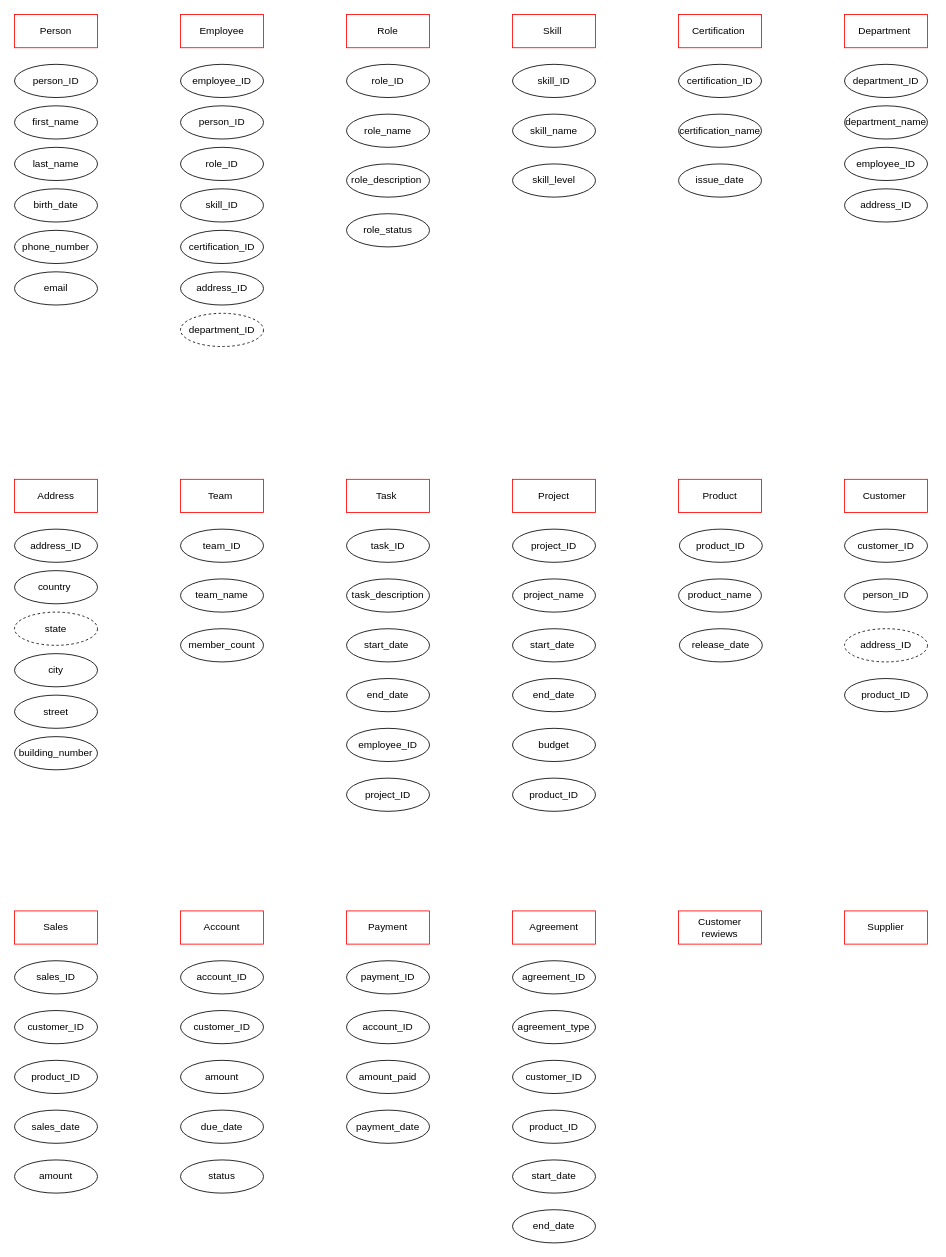
Earlier version of the draw.io diagram IT_Product_Company_ER_new_chance.drawio (Yufich/Subject-Area-). Source tidied: cells renumbered, new cells numbered last; positions are measured from the earlier drawing's top-left corner, leaving out a move shared by most shapes. Both pictures are drawn from the tidied source at 83%, with x=0, y=0 at pixel (14, 14).
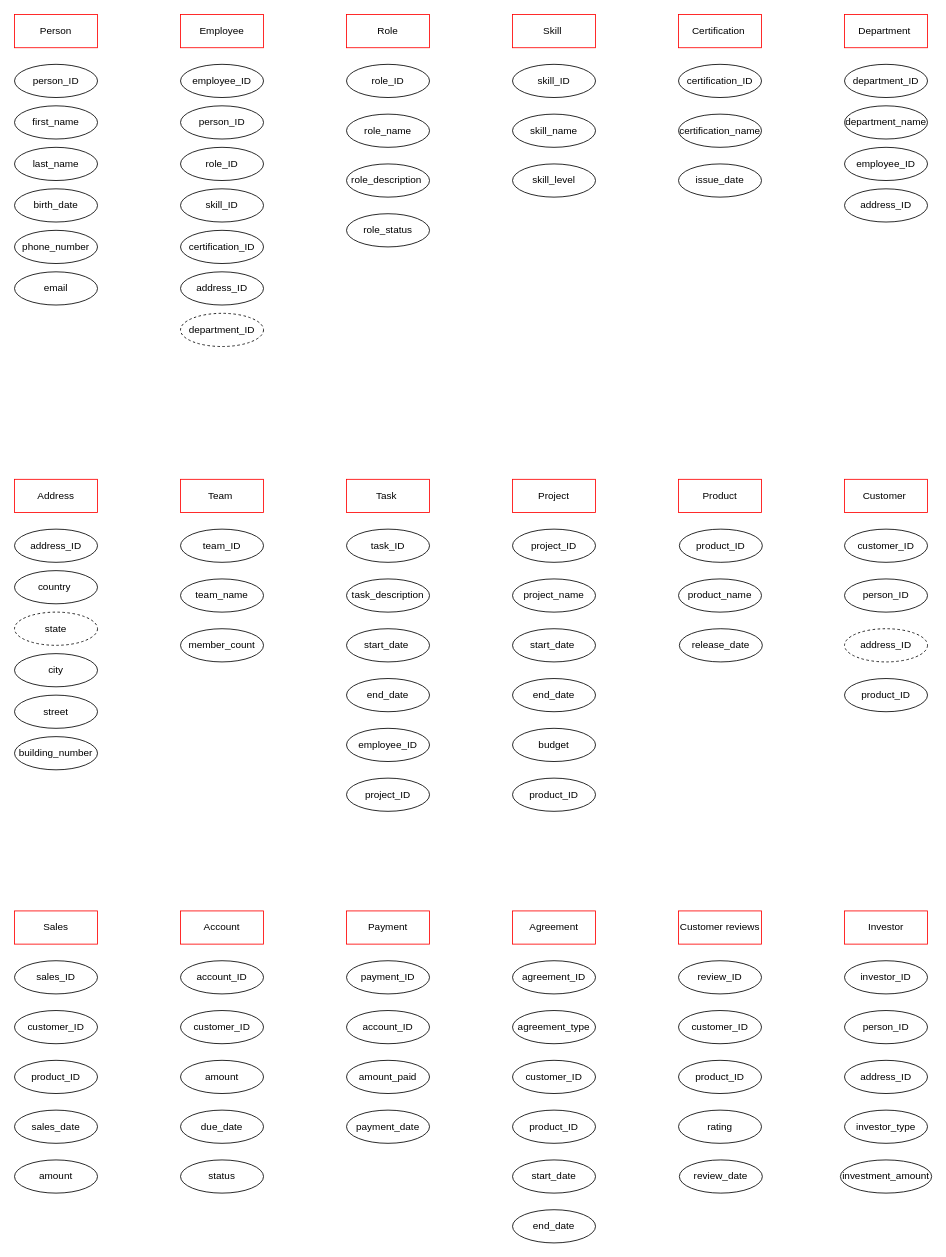
The same page after the edit.

What changed in the source:
```diff
@@
-    <mxCell id="15" value="Supplier" style="whiteSpace=wrap;html=1;align=center;strokeColor=#FF0000;" parent="1" vertex="1">
-      <mxGeometry x="1000" y="1080" width="100" height="40" as="geometry" />
-    </mxCell>
@@
-    <mxCell id="74" value="Customer rewiews" style="whiteSpace=wrap;html=1;align=center;strokeColor=#FF0000;" parent="1" vertex="1">
+    <mxCell id="74" value="Customer reviews" style="whiteSpace=wrap;html=1;align=center;strokeColor=#FF0000;" parent="1" vertex="1">
       <mxGeometry x="800" y="1080" width="100" height="40" as="geometry" />
     </mxCell>
@@
+    <mxCell id="95" value="Investor" style="whiteSpace=wrap;html=1;align=center;strokeColor=#FF0000;" parent="1" vertex="1">
+      <mxGeometry x="1000" y="1080" width="100" height="40" as="geometry" />
+    </mxCell>
+    <mxCell id="96" value="investor_ID" style="ellipse;whiteSpace=wrap;html=1;align=center;" parent="1" vertex="1">
+      <mxGeometry x="1000" y="1140" width="100" height="40" as="geometry" />
+    </mxCell>
+    <mxCell id="97" value="person_ID" style="ellipse;whiteSpace=wrap;html=1;align=center;" parent="1" vertex="1">
+      <mxGeometry x="1000" y="1200" width="100" height="40" as="geometry" />
+    </mxCell>
+    <mxCell id="98" value="address_ID" style="ellipse;whiteSpace=wrap;html=1;align=center;" parent="1" vertex="1">
+      <mxGeometry x="1000" y="1260" width="100" height="40" as="geometry" />
+    </mxCell>
+    <mxCell id="99" value="investment_amount" style="ellipse;whiteSpace=wrap;html=1;align=center;" parent="1" vertex="1">
+      <mxGeometry x="995" y="1380" width="110" height="40" as="geometry" />
+    </mxCell>
+    <mxCell id="100" value="investor_type" style="ellipse;whiteSpace=wrap;html=1;align=center;" parent="1" vertex="1">
+      <mxGeometry x="1000" y="1320" width="100" height="40" as="geometry" />
+    </mxCell>
+    <mxCell id="101" value="review_ID" style="ellipse;whiteSpace=wrap;html=1;align=center;" parent="1" vertex="1">
+      <mxGeometry x="800" y="1140" width="100" height="40" as="geometry" />
+    </mxCell>
+    <mxCell id="102" value="customer_ID" style="ellipse;whiteSpace=wrap;html=1;align=center;" parent="1" vertex="1">
+      <mxGeometry x="800" y="1200" width="100" height="40" as="geometry" />
+    </mxCell>
+    <mxCell id="103" value="product_ID" style="ellipse;whiteSpace=wrap;html=1;align=center;" parent="1" vertex="1">
+      <mxGeometry x="800" y="1260" width="100" height="40" as="geometry" />
+    </mxCell>
+    <mxCell id="104" value="rating" style="ellipse;whiteSpace=wrap;html=1;align=center;" parent="1" vertex="1">
+      <mxGeometry x="800" y="1320" width="100" height="40" as="geometry" />
+    </mxCell>
+    <mxCell id="105" value="review_date" style="ellipse;whiteSpace=wrap;html=1;align=center;" parent="1" vertex="1">
+      <mxGeometry x="801" y="1380" width="100" height="40" as="geometry" />
+    </mxCell>
```
